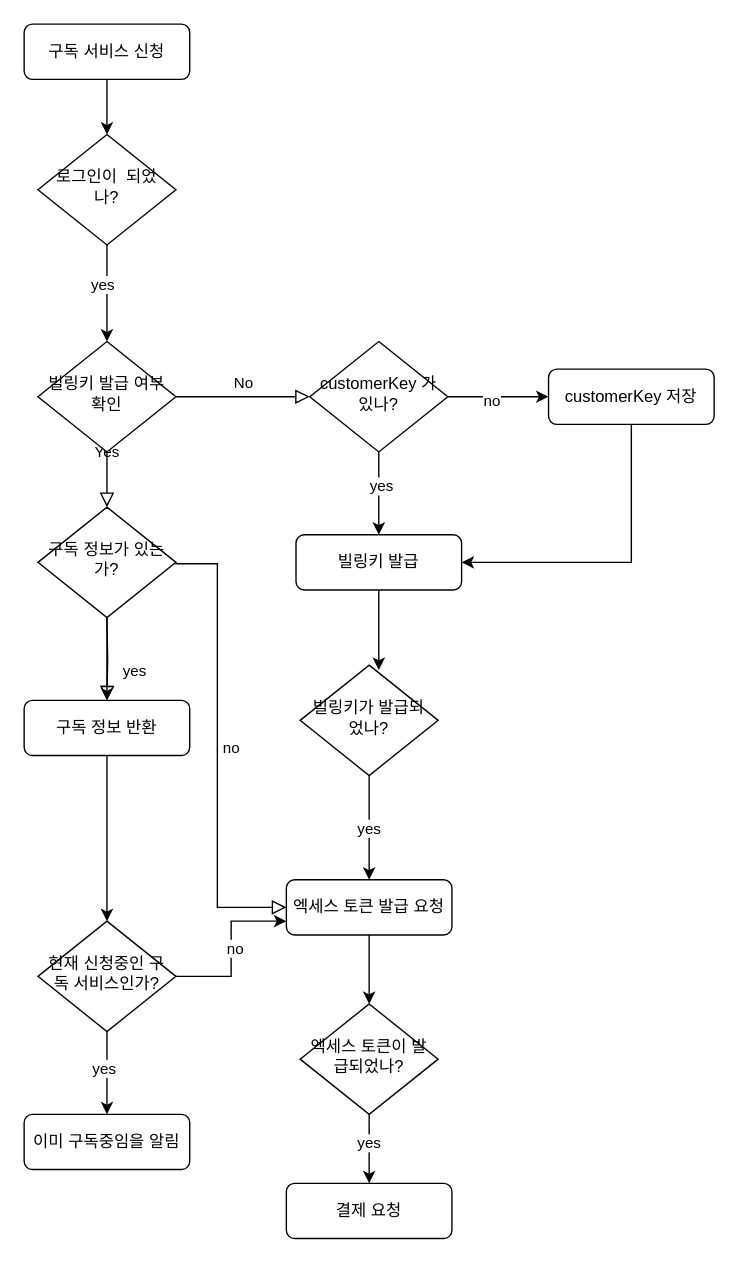
gprecious/drawio keeps this draw.io diagram as flowchart_subscription.drawio. Above is the earlier version. Source tidied: cells renumbered, new cells numbered last; positions are measured from the earlier drawing's top-left corner, leaving out a move shared by most shapes. Both pictures are drawn from the tidied source at 138%, with x=0, y=0 at pixel (23, 23).
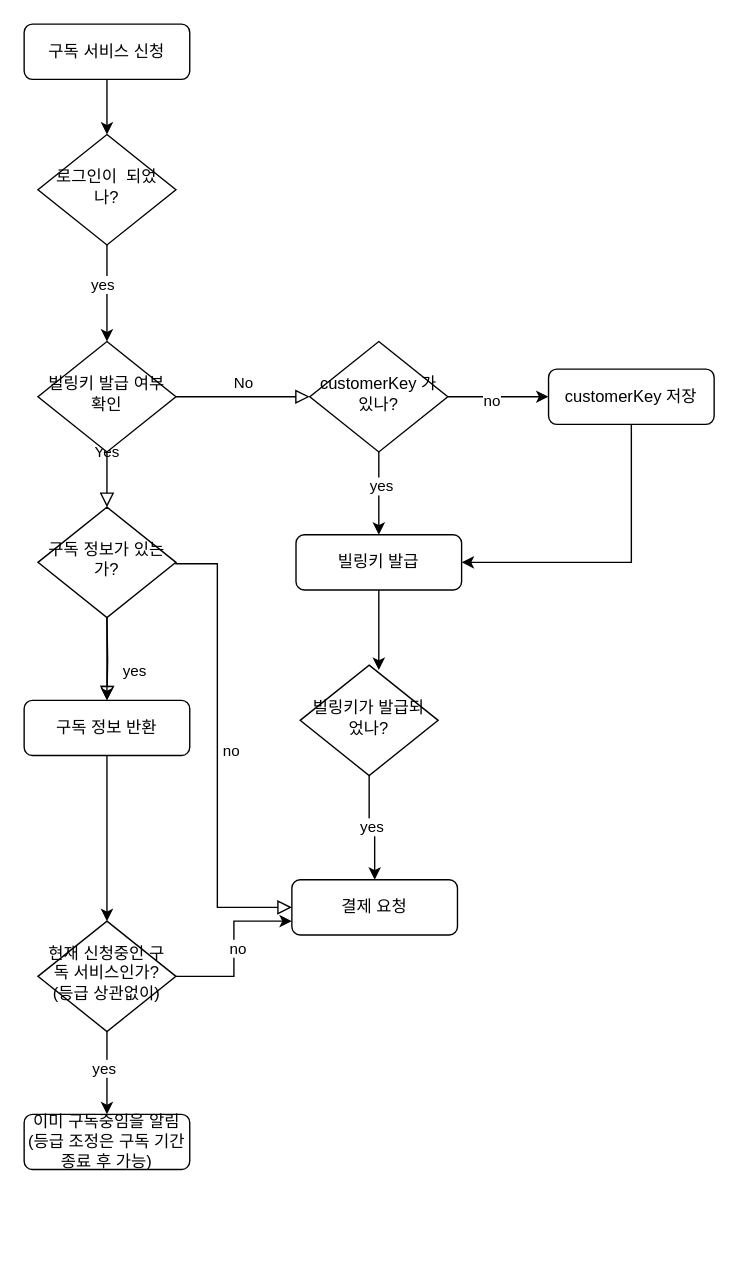
The same diagram, later.

The change refers to these unchanged cells:
```xml
<mxCell id="14" value="빌링키가 발급되었나?" style="rhombus;whiteSpace=wrap;html=1;shadow=0;fontFamily=Helvetica;fontSize=12;align=center;strokeWidth=1;spacing=6;spacingTop=-4;" parent="1" vertex="1">
  <mxGeometry x="200" y="464.5" width="100" height="80" as="geometry" />
</mxCell>
```

What changed in the source:
```diff
@@
-    <mxCell id="8" value="no" style="edgeStyle=orthogonalEdgeStyle;rounded=0;html=1;jettySize=auto;fontSize=11;endArrow=block;endFill=0;endSize=8;strokeWidth=1;shadow=0;labelBackgroundColor=none;" parent="1" edge="1" target="12">
+    <mxCell id="8" value="no" style="edgeStyle=orthogonalEdgeStyle;rounded=0;html=1;jettySize=auto;fontSize=11;endArrow=block;endFill=0;endSize=8;strokeWidth=1;shadow=0;labelBackgroundColor=none;entryX=0;entryY=0.5;entryDx=0;entryDy=0;" parent="1" edge="1" target="15">
       <mxGeometry y="10" relative="1" as="geometry">
         <mxPoint x="110" y="390" as="sourcePoint" />
         <Array as="points">
           <mxPoint x="110" y="391" />
           <mxPoint x="140" y="391" />
           <mxPoint x="140" y="640" />
         </Array>
       </mxGeometry>
     </mxCell>
@@
-    <mxCell id="11" style="edgeStyle=orthogonalEdgeStyle;rounded=0;jettySize=auto;html=1;exitX=0.5;exitY=1;exitDx=0;exitDy=0;entryX=0.5;entryY=0;entryDx=0;entryDy=0;" parent="1" edge="1" source="12" target="18">
-      <mxGeometry relative="1" as="geometry" />
-    </mxCell>
-    <mxCell id="12" value="엑세스 토큰 발급 요청" style="rounded=1;whiteSpace=wrap;html=1;fontSize=12;glass=0;strokeWidth=1;shadow=0;" parent="1" vertex="1">
-      <mxGeometry x="190" y="620" width="120" height="40" as="geometry" />
-    </mxCell>
-    <mxCell id="13" value="yes" style="edgeStyle=orthogonalEdgeStyle;rounded=0;jettySize=auto;html=1;exitX=0.5;exitY=1;exitDx=0;exitDy=0;entryX=0.5;entryY=0;entryDx=0;entryDy=0;" parent="1" edge="1" source="14" target="12">
+    <mxCell id="13" value="yes" style="edgeStyle=orthogonalEdgeStyle;rounded=0;jettySize=auto;html=1;exitX=0.5;exitY=1;exitDx=0;exitDy=0;entryX=0.5;entryY=0;entryDx=0;entryDy=0;" parent="1" edge="1" source="14" target="15">
       <mxGeometry relative="1" as="geometry" />
     </mxCell>
@@
     <mxCell id="15" value="결제 요청" style="rounded=1;whiteSpace=wrap;html=1;fontSize=12;glass=0;strokeWidth=1;shadow=0;" parent="1" vertex="1">
-      <mxGeometry x="190" y="840" width="120" height="40" as="geometry" />
+      <mxGeometry x="194" y="620" width="120" height="40" as="geometry" />
     </mxCell>
-    <mxCell id="16" style="edgeStyle=orthogonalEdgeStyle;rounded=0;jettySize=auto;html=1;exitX=0.5;exitY=1;exitDx=0;exitDy=0;entryX=0.5;entryY=0;entryDx=0;entryDy=0;" parent="1" edge="1" source="18" target="15">
-      <mxGeometry relative="1" as="geometry" />
-    </mxCell>
-    <mxCell id="17" value="yes" style="edgeLabel;html=1;align=center;verticalAlign=middle;" parent="16" vertex="1">
-      <mxGeometry x="-0.2" y="-1" relative="1" as="geometry" />
-    </mxCell>
-    <mxCell id="18" value="엑세스 토큰이 발급되었나?" style="rhombus;whiteSpace=wrap;html=1;shadow=0;fontFamily=Helvetica;fontSize=12;align=center;strokeWidth=1;spacing=6;spacingTop=-4;" parent="1" vertex="1">
-      <mxGeometry x="200" y="710" width="100" height="80" as="geometry" />
-    </mxCell>
@@
-    <mxCell id="35" style="edgeStyle=orthogonalEdgeStyle;rounded=0;jettySize=auto;html=1;exitX=1;exitY=0.5;exitDx=0;exitDy=0;entryX=0;entryY=0.75;entryDx=0;entryDy=0;" parent="1" edge="1" source="37" target="12">
+    <mxCell id="35" style="edgeStyle=orthogonalEdgeStyle;rounded=0;jettySize=auto;html=1;exitX=1;exitY=0.5;exitDx=0;exitDy=0;entryX=0;entryY=0.75;entryDx=0;entryDy=0;" parent="1" edge="1" source="37" target="15">
       <mxGeometry relative="1" as="geometry" />
     </mxCell>
@@
-    <mxCell id="37" value="현재 신청중인 구독 서비스인가?" style="rhombus;whiteSpace=wrap;html=1;shadow=0;fontFamily=Helvetica;fontSize=12;align=center;strokeWidth=1;spacing=6;spacingTop=-4;" parent="1" vertex="1">
+    <mxCell id="37" value="현재 신청중인 구독 서비스인가? (등급 상관없이)" style="rhombus;whiteSpace=wrap;html=1;shadow=0;fontFamily=Helvetica;fontSize=12;align=center;strokeWidth=1;spacing=6;spacingTop=-4;" parent="1" vertex="1">
       <mxGeometry x="10" y="650" width="100" height="80" as="geometry" />
     </mxCell>
-    <mxCell id="38" value="이미 구독중임을 알림" style="rounded=1;whiteSpace=wrap;html=1;fontSize=12;glass=0;strokeWidth=1;shadow=0;" parent="1" vertex="1">
+    <mxCell id="38" value="이미 구독중임을 알림 (등급 조정은 구독 기간 종료 후 가능)" style="rounded=1;whiteSpace=wrap;html=1;fontSize=12;glass=0;strokeWidth=1;shadow=0;" parent="1" vertex="1">
       <mxGeometry y="790" width="120" height="40" as="geometry" />
     </mxCell>
```
